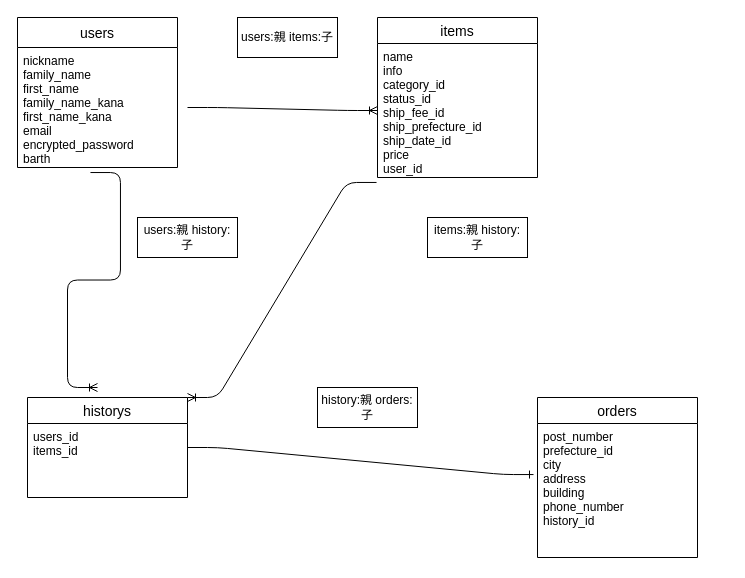
Before: test.dio in KamiyamaShun/furima-33941, a draw.io diagram. Source tidied: cells renumbered, new cells numbered last; positions are measured from the earlier drawing's top-left corner, leaving out a move shared by most shapes. Both pictures are drawn from the tidied source at 100%, with x=0, y=0 at pixel (17, 17).
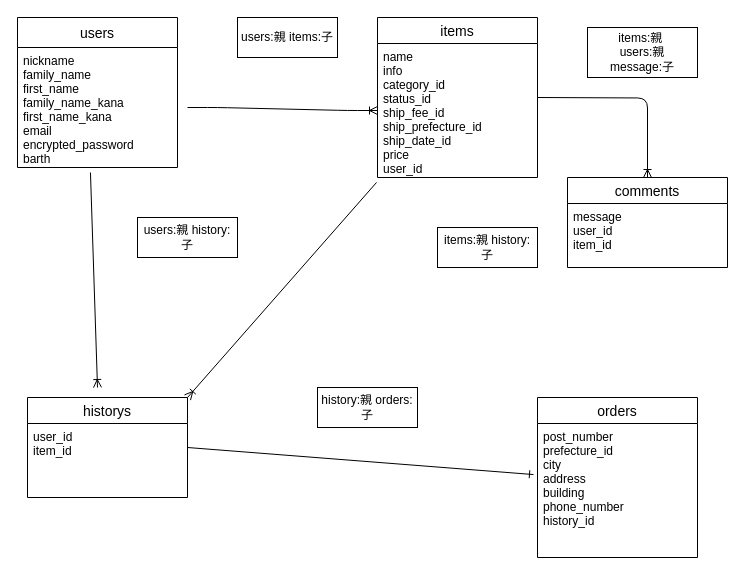
After the change.

Unchanged cells that the change refers to:
```xml
<mxCell id="4" value="name&#10;info&#10;category_id&#10;status_id&#10;ship_fee_id&#10;ship_prefecture_id&#10;ship_date_id&#10;price&#10;user_id" style="text;strokeColor=none;fillColor=none;spacingLeft=4;spacingRight=4;overflow=hidden;points=[[0,0.5],[1,0.5]];portConstraint=eastwest;fontSize=12;" parent="3" vertex="1">
  <mxGeometry y="26" width="160" height="134" as="geometry" />
</mxCell>
<mxCell id="6" value="post_number&#10;prefecture_id&#10;city&#10;address&#10;building&#10;phone_number&#10;history_id" style="text;strokeColor=none;fillColor=none;spacingLeft=4;spacingRight=4;overflow=hidden;points=[[0,0.5],[1,0.5]];portConstraint=eastwest;fontSize=12;" parent="5" vertex="1">
  <mxGeometry y="26" width="160" height="134" as="geometry" />
</mxCell>
<mxCell id="7" value="nickname&#10;family_name&#10;first_name&#10;family_name_kana&#10;first_name_kana&#10;email&#10;encrypted_password&#10;barth" style="text;strokeColor=none;fillColor=none;spacingLeft=4;spacingRight=4;overflow=hidden;points=[[0,0.5],[1,0.5]];portConstraint=eastwest;fontSize=12;" parent="1" vertex="1">
  <mxGeometry y="30" width="160" height="120" as="geometry" />
</mxCell>
<mxCell id="8" value="historys" style="swimlane;fontStyle=0;horizontal=1;startSize=26;align=center;fontSize=14;" parent="1" vertex="1">
  <mxGeometry x="10" y="380" width="160" height="100" as="geometry" />
</mxCell>
```

What changed in the source:
```diff
@@
-    <mxCell id="9" value="users_id&#10;items_id" style="text;strokeColor=none;fillColor=none;spacingLeft=4;spacingRight=4;overflow=hidden;fontSize=12;" parent="8" vertex="1">
+    <mxCell id="9" value="user_id&#10;item_id" style="text;strokeColor=none;fillColor=none;spacingLeft=4;spacingRight=4;overflow=hidden;fontSize=12;" parent="8" vertex="1">
       <mxGeometry y="26" width="160" height="74" as="geometry" />
     </mxCell>
@@
-    <mxCell id="12" value="items:親 history:子" style="whiteSpace=wrap;html=1;align=center;" parent="1" vertex="1">
-      <mxGeometry x="410" y="200" width="100" height="40" as="geometry" />
+    <mxCell id="12" value="items:親&amp;nbsp;&lt;br&gt;users:親&lt;br&gt;message:子" style="whiteSpace=wrap;html=1;align=center;" parent="1" vertex="1">
+      <mxGeometry x="570" y="10" width="110" height="50" as="geometry" />
     </mxCell>
-    <mxCell id="13" style="edgeStyle=entityRelationEdgeStyle;fontSize=12;html=1;endArrow=ERoneToMany;exitX=-0.006;exitY=1.037;exitDx=0;exitDy=0;exitPerimeter=0;entryX=1;entryY=0;entryDx=0;entryDy=0;" parent="1" edge="1" source="4" target="8">
+    <mxCell id="13" style="fontSize=12;html=1;endArrow=ERoneToMany;exitX=-0.006;exitY=1.037;exitDx=0;exitDy=0;exitPerimeter=0;entryX=1;entryY=0;entryDx=0;entryDy=0;" parent="1" edge="1" source="4" target="8">
       <mxGeometry relative="1" as="geometry" />
     </mxCell>
-    <mxCell id="14" style="edgeStyle=entityRelationEdgeStyle;fontSize=12;html=1;endArrow=ERoneToMany;exitX=0.456;exitY=1.042;exitDx=0;exitDy=0;exitPerimeter=0;" parent="1" edge="1" source="7">
+    <mxCell id="14" style="fontSize=12;html=1;endArrow=ERoneToMany;exitX=0.456;exitY=1.042;exitDx=0;exitDy=0;exitPerimeter=0;" parent="1" edge="1" source="7">
       <mxGeometry relative="1" as="geometry">
         <mxPoint x="80" y="370" as="targetPoint" />
       </mxGeometry>
     </mxCell>
@@
-    <mxCell id="16" style="edgeStyle=entityRelationEdgeStyle;fontSize=12;html=1;endArrow=ERone;endFill=1;entryX=-0.025;entryY=0.381;entryDx=0;entryDy=0;entryPerimeter=0;" parent="1" edge="1" target="6">
+    <mxCell id="16" style="fontSize=12;html=1;endArrow=ERone;endFill=1;entryX=-0.025;entryY=0.381;entryDx=0;entryDy=0;entryPerimeter=0;" parent="1" edge="1" target="6">
       <mxGeometry relative="1" as="geometry">
         <mxPoint x="170" y="430" as="sourcePoint" />
       </mxGeometry>
     </mxCell>
@@
+    <mxCell id="18" value="comments" style="swimlane;fontStyle=0;horizontal=1;startSize=26;align=center;fontSize=14;" parent="1" vertex="1">
+      <mxGeometry x="550" y="160" width="160" height="90" as="geometry" />
+    </mxCell>
+    <mxCell id="19" value="message&#10;user_id&#10;item_id" style="text;strokeColor=none;fillColor=none;spacingLeft=4;spacingRight=4;overflow=hidden;fontSize=12;" parent="18" vertex="1">
+      <mxGeometry y="26" width="160" height="64" as="geometry" />
+    </mxCell>
+    <mxCell id="20" style="edgeStyle=orthogonalEdgeStyle;fontSize=12;html=1;endArrow=ERoneToMany;entryX=0.5;entryY=0;entryDx=0;entryDy=0;" parent="1" edge="1" target="18">
+      <mxGeometry relative="1" as="geometry">
+        <mxPoint x="520" y="80" as="sourcePoint" />
+      </mxGeometry>
+    </mxCell>
+    <mxCell id="21" value="items:親 history:子" style="whiteSpace=wrap;html=1;align=center;" parent="1" vertex="1">
+      <mxGeometry x="420" y="210" width="100" height="40" as="geometry" />
+    </mxCell>
```
